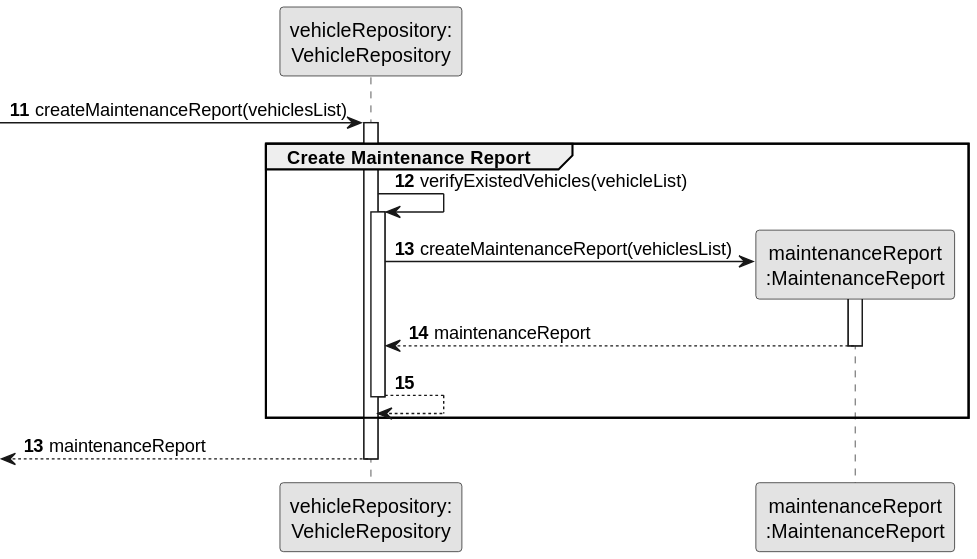
This is docs/sprintB/us008/03.design/svg/us008-sequence-diagram-partial-create-maintenance-report.svg from ricardomm7/leaflink, a PlantUML export, as it was before one commit.
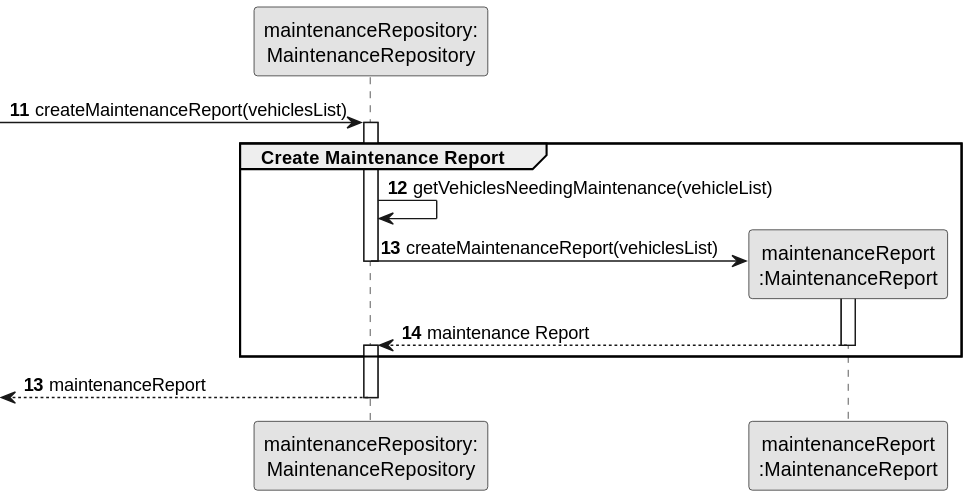
The same diagram one commit later.

What changed in the source:
```diff
@@ -3,31 +3,29 @@
 skinparam packageStyle rectangle
 skinparam shadowing false
 
-participant "vehicleRepository:\nVehicleRepository" as VehicleRepository
+participant "maintenanceRepository:\nMaintenanceRepository" as MaintenanceRepository
 participant "maintenanceReport\n:MaintenanceReport" as MaintenanceReport
 
 autonumber 11
--> VehicleRepository : createMaintenanceReport(vehiclesList)
+-> MaintenanceRepository : createMaintenanceReport(vehiclesList)
+activate MaintenanceRepository
 
-activate VehicleRepository
     group Create Maintenance Report
 
+        MaintenanceRepository -> MaintenanceRepository: getVehiclesNeedingMaintenance(vehicleList)
 
-                        VehicleRepository -> VehicleRepository: verifyExistedVehicles(vehicleList)
-                        activate VehicleRepository
+        MaintenanceRepository -> MaintenanceReport **: createMaintenanceReport(vehiclesList)
+        deactivate MaintenanceRepository
+        activate MaintenanceReport
 
-                            VehicleRepository -> MaintenanceReport **: createMaintenanceReport(vehiclesList)
-                            activate MaintenanceReport
+        MaintenanceReport --> MaintenanceRepository : maintenance Report
+        deactivate MaintenanceReport
 
-                            MaintenanceReport --> VehicleRepository : maintenanceReport
-                            deactivate
-
-                        VehicleRepository --> VehicleRepository
-                        deactivate VehicleRepository
+        activate MaintenanceRepository
     end group
 
     autonumber 13
-    <-- VehicleRepository : maintenanceReport
+    <-- MaintenanceRepository : maintenanceReport
 
-deactivate VehicleRepository
+deactivate MaintenanceRepository
 @enduml
```
